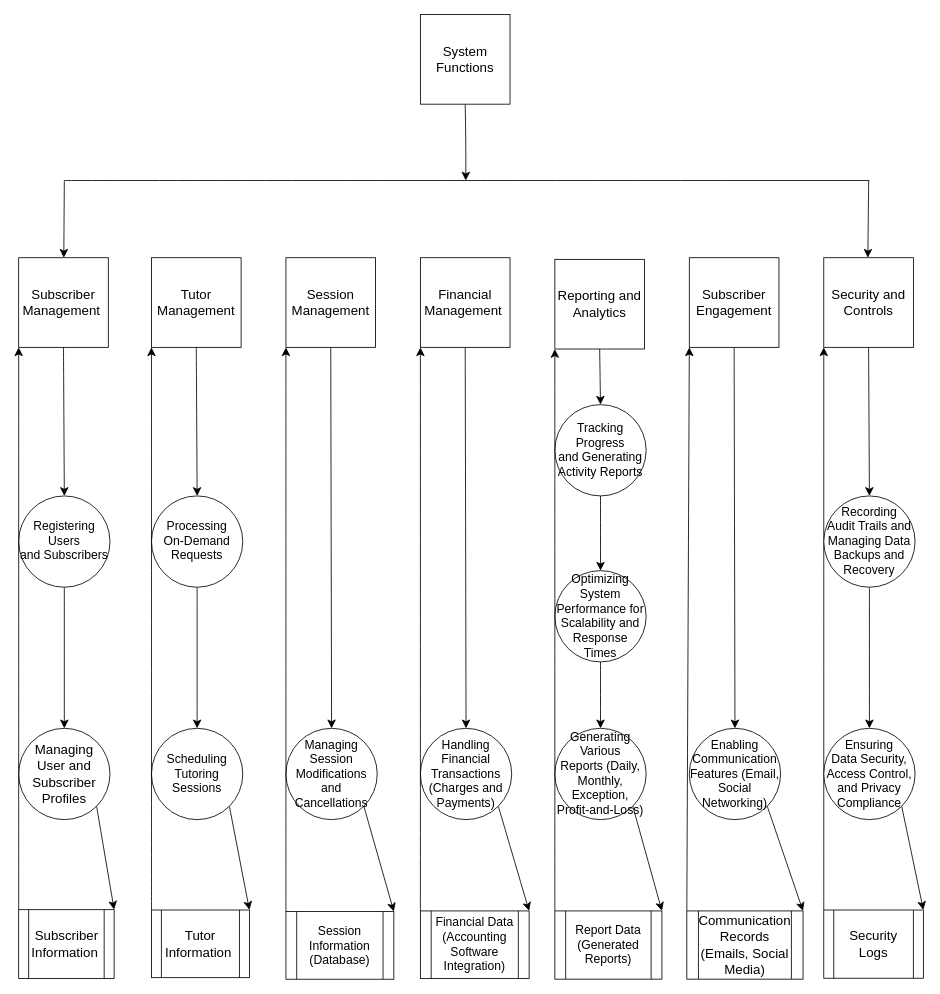
The draw.io diagram page "DFD" (1 of 4) of Untitled Diagram.drawio in MarvellousO/CMSC-203, before the edit. Source tidied: cells renumbered, new cells numbered last; positions are measured from the earlier drawing's top-left corner, leaving out a move shared by most shapes. Both pictures are drawn from the tidied source at 83%, with x=0, y=0 at pixel (18, 14).
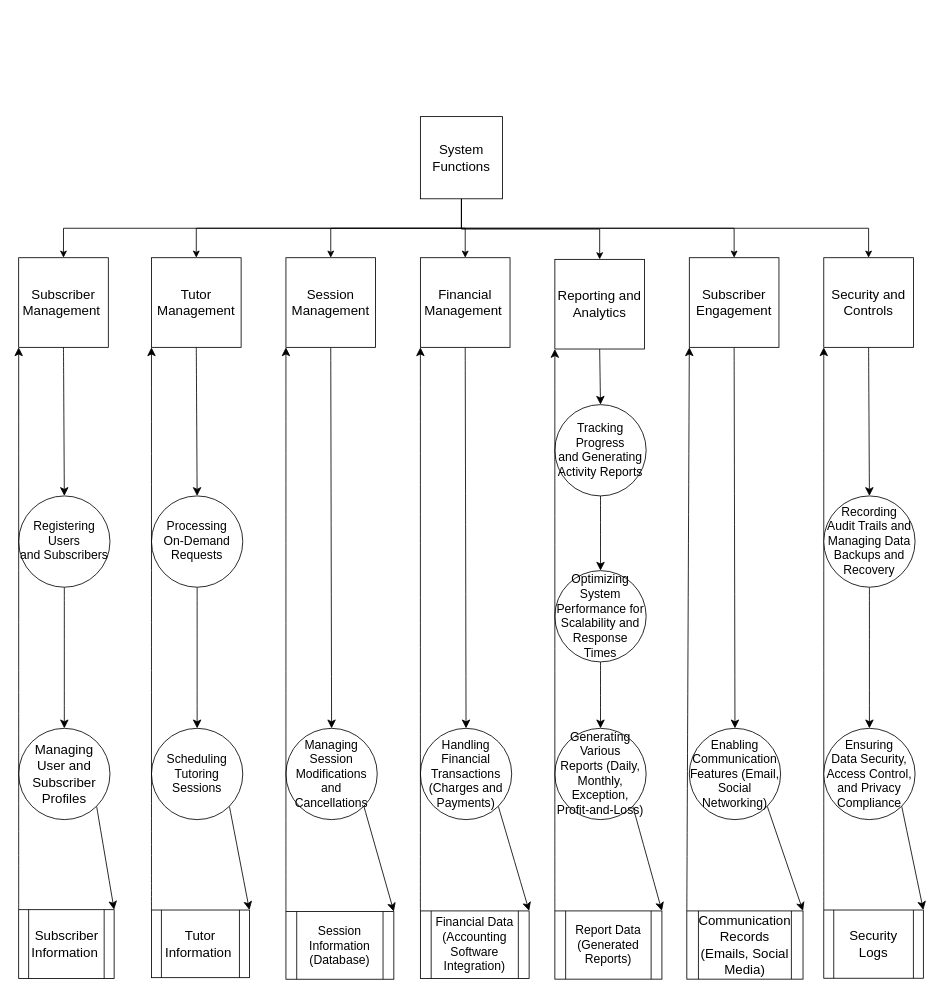
Above is the later version.

The change refers to these unchanged cells:
```xml
<mxCell id="3" value="Subscriber Management&amp;nbsp;" style="whiteSpace=wrap;html=1;fontSize=16;" parent="1" vertex="1">
  <mxGeometry y="293" width="108" height="108" as="geometry" />
</mxCell>
<mxCell id="9" value="Financial Management&amp;nbsp;" style="whiteSpace=wrap;html=1;fontSize=16;" parent="1" vertex="1">
  <mxGeometry x="484" y="293" width="108" height="108" as="geometry" />
</mxCell>
<mxCell id="11" value="Tutor Management" style="whiteSpace=wrap;html=1;fontSize=16;" parent="1" vertex="1">
  <mxGeometry x="160" y="293" width="108" height="108" as="geometry" />
</mxCell>
<mxCell id="13" value="Session Management" style="whiteSpace=wrap;html=1;fontSize=16;" parent="1" vertex="1">
  <mxGeometry x="322" y="293" width="108" height="108" as="geometry" />
</mxCell>
<mxCell id="15" value="Reporting and Analytics" style="whiteSpace=wrap;html=1;fontSize=16;" parent="1" vertex="1">
  <mxGeometry x="646" y="295" width="108" height="108" as="geometry" />
</mxCell>
<mxCell id="17" value="Subscriber Engagement" style="whiteSpace=wrap;html=1;fontSize=16;" parent="1" vertex="1">
  <mxGeometry x="808" y="293" width="108" height="108" as="geometry" />
</mxCell>
<mxCell id="19" value="Security and Controls" style="whiteSpace=wrap;html=1;fontSize=16;" parent="1" vertex="1">
  <mxGeometry x="970" y="293" width="108" height="108" as="geometry" />
</mxCell>
```

Change to the diagram source:
```diff
@@
-    <mxCell id="6" style="edgeStyle=none;curved=1;rounded=0;jettySize=auto;html=1;exitX=0.5;exitY=1;exitDx=0;exitDy=0;fontSize=12;startSize=8;endSize=8;" parent="1" edge="1" source="7">
-      <mxGeometry relative="1" as="geometry">
-        <mxPoint x="538.6" y="200" as="targetPoint" />
-        <Array as="points">
-          <mxPoint x="539" y="160" />
-        </Array>
-      </mxGeometry>
-    </mxCell>
+    <mxCell id="60" style="edgeStyle=orthogonalEdgeStyle;rounded=0;jettySize=auto;html=1;exitX=0.5;exitY=1;exitDx=0;exitDy=0;entryX=0.5;entryY=0;entryDx=0;entryDy=0;" parent="1" edge="1" source="7" target="11">
+      <mxGeometry relative="1" as="geometry" />
+    </mxCell>
+    <mxCell id="61" style="edgeStyle=orthogonalEdgeStyle;rounded=0;jettySize=auto;html=1;exitX=0.5;exitY=1;exitDx=0;exitDy=0;entryX=0.5;entryY=0;entryDx=0;entryDy=0;" parent="1" edge="1" source="7" target="13">
+      <mxGeometry relative="1" as="geometry" />
+    </mxCell>
+    <mxCell id="62" style="edgeStyle=orthogonalEdgeStyle;rounded=0;jettySize=auto;html=1;exitX=0.5;exitY=1;exitDx=0;exitDy=0;entryX=0.5;entryY=0;entryDx=0;entryDy=0;" parent="1" edge="1" source="7" target="9">
+      <mxGeometry relative="1" as="geometry" />
+    </mxCell>
+    <mxCell id="63" style="edgeStyle=orthogonalEdgeStyle;rounded=0;jettySize=auto;html=1;exitX=0.5;exitY=1;exitDx=0;exitDy=0;entryX=0.5;entryY=0;entryDx=0;entryDy=0;" parent="1" edge="1" source="7" target="15">
+      <mxGeometry relative="1" as="geometry" />
+    </mxCell>
+    <mxCell id="64" style="edgeStyle=orthogonalEdgeStyle;rounded=0;jettySize=auto;html=1;exitX=0.5;exitY=1;exitDx=0;exitDy=0;" parent="1" edge="1" source="7" target="17">
+      <mxGeometry relative="1" as="geometry" />
+    </mxCell>
+    <mxCell id="65" style="edgeStyle=orthogonalEdgeStyle;rounded=0;jettySize=auto;html=1;exitX=0.5;exitY=1;exitDx=0;exitDy=0;entryX=0.5;entryY=0;entryDx=0;entryDy=0;" parent="1" edge="1" source="7" target="3">
+      <mxGeometry relative="1" as="geometry" />
+    </mxCell>
+    <mxCell id="66" style="edgeStyle=orthogonalEdgeStyle;rounded=0;jettySize=auto;html=1;exitX=0.5;exitY=1;exitDx=0;exitDy=0;entryX=0.5;entryY=0;entryDx=0;entryDy=0;" parent="1" edge="1" source="7" target="19">
+      <mxGeometry relative="1" as="geometry" />
+    </mxCell>
     <mxCell id="7" value="System Functions" style="whiteSpace=wrap;html=1;fontSize=16;" parent="1" vertex="1">
-      <mxGeometry x="484" width="108" height="108" as="geometry" />
+      <mxGeometry x="484" y="123" width="99" height="99" as="geometry" />
     </mxCell>
@@
-    <mxCell id="45" style="endArrow=none;html=1;rounded=0;fontSize=12;startSize=8;endSize=8;curved=1;" parent="1" edge="1">
-      <mxGeometry relative="1" as="geometry">
-        <mxPoint x="55" y="200" as="sourcePoint" />
-        <mxPoint x="1025" y="200" as="targetPoint" />
-      </mxGeometry>
-    </mxCell>
-    <mxCell id="46" style="endArrow=classic;html=1;rounded=0;fontSize=12;startSize=8;endSize=8;curved=1;" parent="1" edge="1" target="3">
-      <mxGeometry relative="1" as="geometry">
-        <mxPoint x="55" y="200" as="sourcePoint" />
-      </mxGeometry>
-    </mxCell>
-    <mxCell id="47" style="endArrow=classic;html=1;rounded=0;fontSize=12;startSize=8;endSize=8;curved=1;" parent="1" edge="1">
-      <mxGeometry relative="1" as="geometry">
-        <mxPoint x="1024.1" y="200" as="sourcePoint" />
-        <mxPoint x="1023.1" y="293" as="targetPoint" />
-      </mxGeometry>
-    </mxCell>
```
